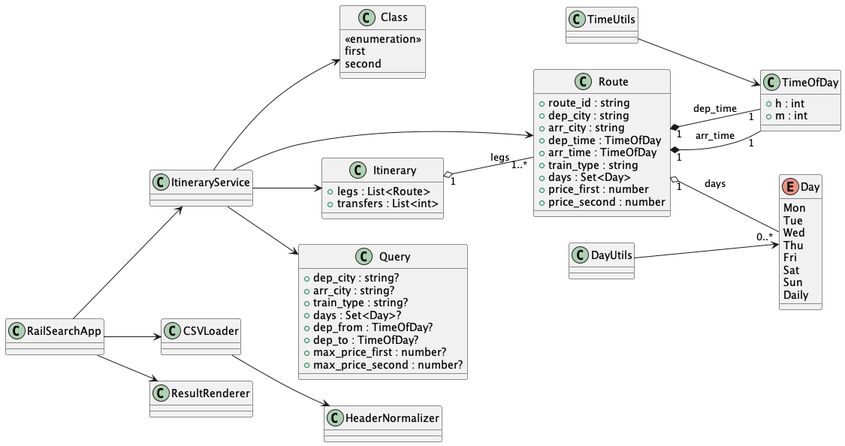
Above: docs/Artifacts/DomainModel.png in nicolas-zampieri/SOEN342 (PlantUML), before the change.
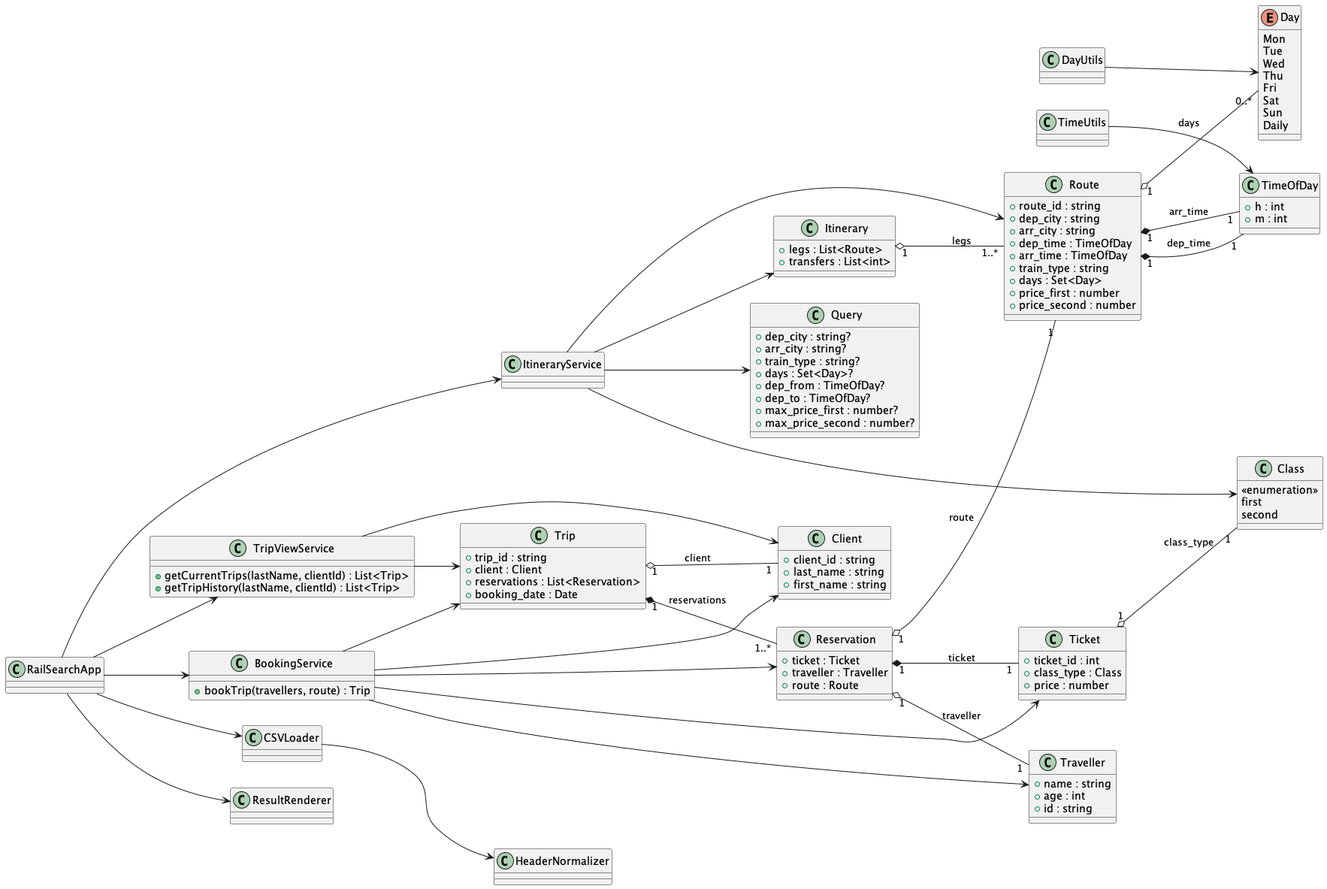
The same diagram one commit later.

Commit message:
Update of domain model and creation of new artifacts gererated from puml

The edit, as a diff of the source:
```diff
@@ -51,6 +51,46 @@
   +max_price_second : number?
 }
 
+class Client {
+  +client_id : string
+  +last_name : string
+  +first_name : string
+}
+
+class Traveller {
+  +name : string
+  +age : int
+  +id : string
+}
+
+class Trip {
+  +trip_id : string
+  +client : Client
+  +reservations : List<Reservation>
+  +booking_date : Date
+}
+
+class Reservation {
+  +ticket : Ticket
+  +traveller : Traveller
+  +route : Route
+}
+
+class Ticket {
+  +ticket_id : int
+  +class_type : Class
+  +price : number
+}
+
+class BookingService {
+  +bookTrip(travellers, route) : Trip
+}
+
+class TripViewService {
+  +getCurrentTrips(lastName, clientId) : List<Trip>
+  +getTripHistory(lastName, clientId) : List<Trip>
+}
+
 class ItineraryService
 class DayUtils
 class TimeUtils
@@ -64,14 +104,30 @@
 Route "1" *-- "1" TimeOfDay : arr_time
 Route "1" o-- "0..*" Day : days
 
+Trip "1" *-- "1..*" Reservation : reservations
+Trip "1" o-- "1" Client : client
+Reservation "1" *-- "1" Ticket : ticket
+Reservation "1" o-- "1" Traveller : traveller
+Reservation "1" o-- "1" Route : route
+Ticket "1" o-- "1" Class : class_type
+
 CSVLoader --> HeaderNormalizer
 RailSearchApp --> CSVLoader
 RailSearchApp --> ResultRenderer
 RailSearchApp --> ItineraryService
+RailSearchApp --> BookingService
+RailSearchApp --> TripViewService
 ItineraryService --> Route
 ItineraryService --> Itinerary
 ItineraryService --> Query
 ItineraryService --> Class
+BookingService --> Trip
+BookingService --> Reservation
+BookingService --> Ticket
+BookingService --> Client
+BookingService --> Traveller
+TripViewService --> Trip
+TripViewService --> Client
 DayUtils --> Day
 TimeUtils --> TimeOfDay
 @enduml
```
